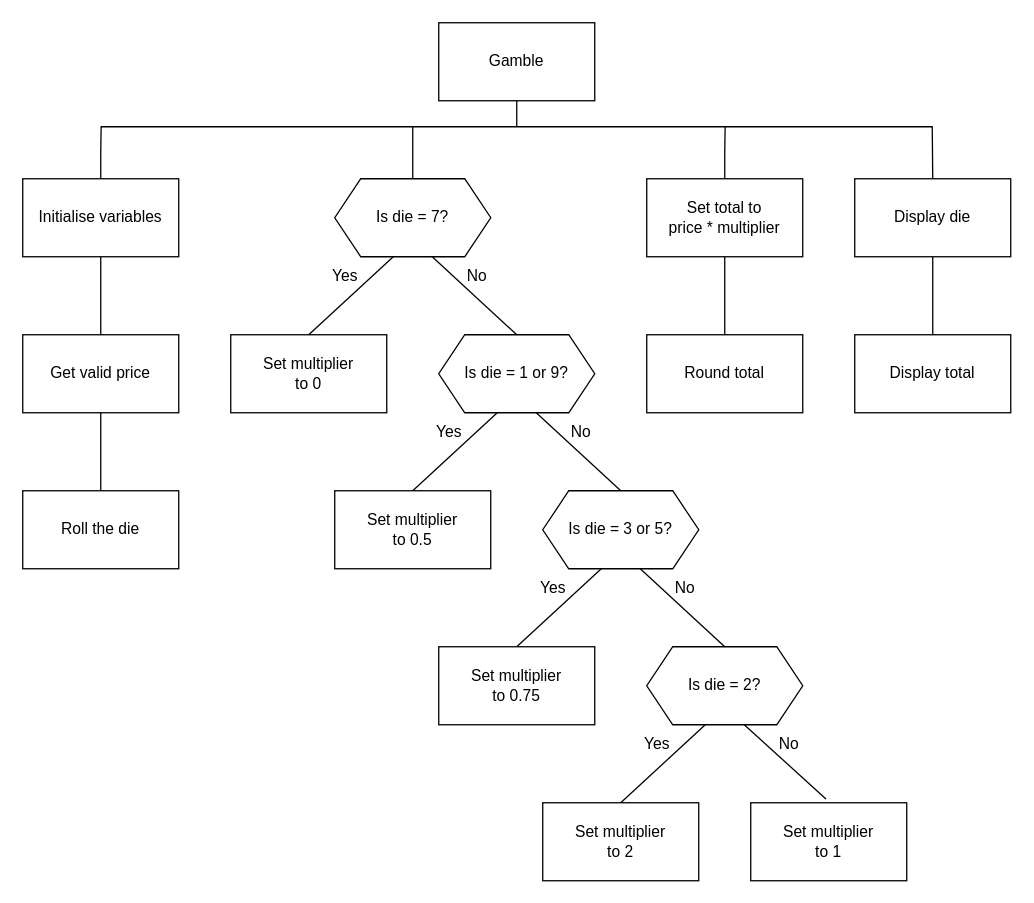
Earlier version of the draw.io diagram n5/sdd/N5-SDD-Gamble/assets/N5 SDD Gamble.drawio (MrFriendCS/MrFriendCS.github.io). Source tidied: cells renumbered, new cells numbered last; positions are measured from the earlier drawing's top-left corner, leaving out a move shared by most shapes. Both pictures are drawn from the tidied source at 130%, with x=0, y=0 at pixel (22, 22).
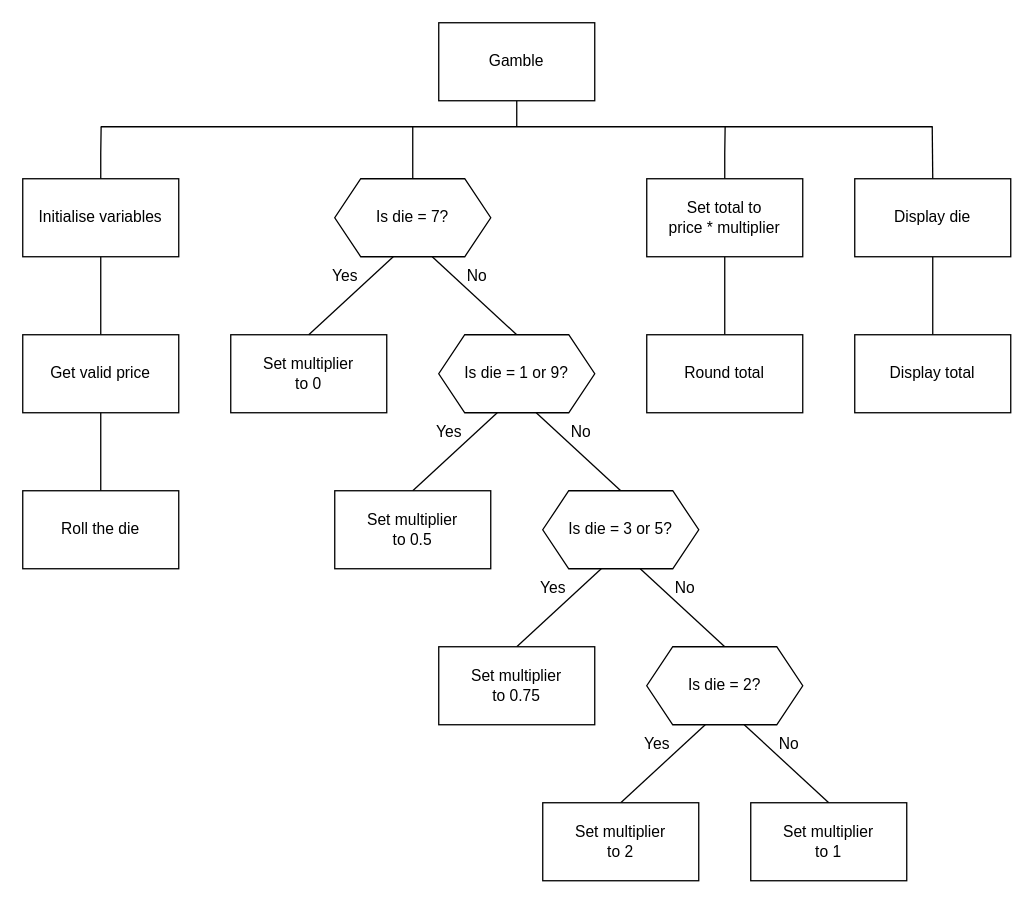
Above is the later version.

Unchanged cells that the change refers to:
```xml
<mxCell id="21" value="Is&amp;nbsp;&lt;span style=&quot;background-color: initial;&quot;&gt;die = 2?&lt;/span&gt;" style="shape=hexagon;perimeter=hexagonPerimeter2;whiteSpace=wrap;html=1;fixedSize=1;" parent="1" vertex="1">
  <mxGeometry x="480" y="480" width="120" height="60" as="geometry" />
</mxCell>
<mxCell id="28" value="Set multiplier&lt;div&gt;to 1&lt;/div&gt;" style="rounded=0;whiteSpace=wrap;html=1;" parent="1" vertex="1">
  <mxGeometry x="560" y="600" width="120" height="60" as="geometry" />
</mxCell>
```

Change to the diagram source:
```diff
@@
-    <mxCell id="20" style="rounded=0;jettySize=auto;html=1;exitX=0.625;exitY=1;exitDx=0;exitDy=0;entryX=0.482;entryY=-0.049;entryDx=0;entryDy=0;endArrow=none;endFill=0;entryPerimeter=0;" parent="1" edge="1" source="21" target="28">
+    <mxCell id="20" style="rounded=0;jettySize=auto;html=1;exitX=0.625;exitY=1;exitDx=0;exitDy=0;entryX=0.5;entryY=0;entryDx=0;entryDy=0;endArrow=none;endFill=0;" parent="1" edge="1" source="21" target="28">
       <mxGeometry relative="1" as="geometry" />
     </mxCell>
```
